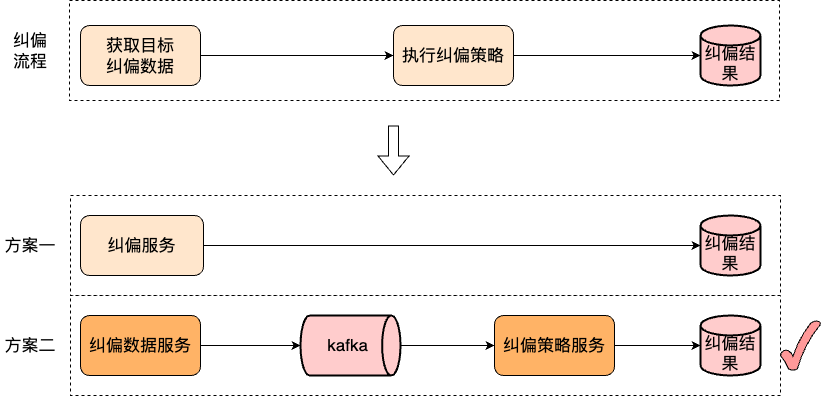
liujunao/draw-data keeps this draw.io diagram as work-draw-file/纠偏之支持不同的纠偏策略.png. Above is the earlier version. Source tidied: cells renumbered, new cells last; positions are measured from the earlier drawing's top-left corner, leaving out a move shared by most shapes.
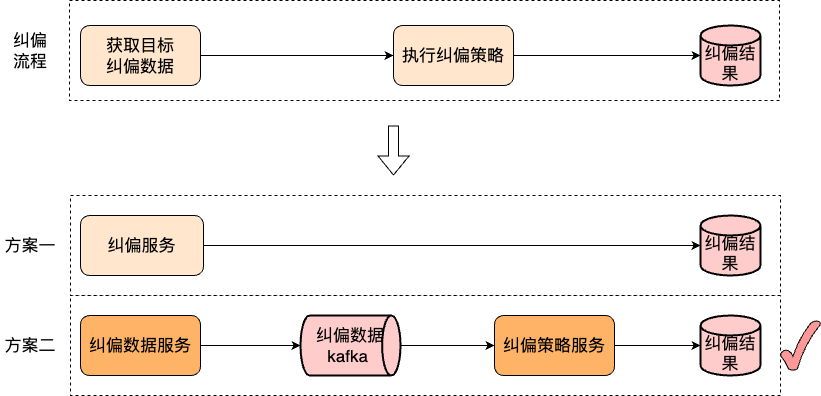
The same diagram one commit later.

Commit message:
更新纠偏之支持不同的纠偏策略.png

What changed in the source:
```diff
@@ -20,7 +20,7 @@
     <mxCell id="7" style="edgeStyle=orthogonalEdgeStyle;rounded=0;jettySize=auto;html=1;exitX=1;exitY=0.5;exitDx=0;exitDy=0;exitPerimeter=0;entryX=0;entryY=0.5;entryDx=0;entryDy=0;" parent="1" edge="1" source="8" target="10">
       <mxGeometry relative="1" as="geometry" />
     </mxCell>
-    <mxCell id="8" value="&lt;font size=&quot;3&quot;&gt;kafka&amp;nbsp;&lt;/font&gt;" style="strokeWidth=2;html=1;shape=mxgraph.flowchart.direct_data;whiteSpace=wrap;fillColor=#FFCCCC;" parent="1" vertex="1">
+    <mxCell id="8" value="&lt;font size=&quot;3&quot;&gt;纠偏数据&lt;br&gt;kafka&amp;nbsp;&lt;/font&gt;" style="strokeWidth=2;html=1;shape=mxgraph.flowchart.direct_data;whiteSpace=wrap;fillColor=#FFCCCC;" parent="1" vertex="1">
       <mxGeometry x="300" y="315" width="100" height="60" as="geometry" />
     </mxCell>
     <mxCell id="9" style="edgeStyle=orthogonalEdgeStyle;rounded=0;jettySize=auto;html=1;exitX=1;exitY=0.5;exitDx=0;exitDy=0;" parent="1" edge="1" source="10" target="16">
```
